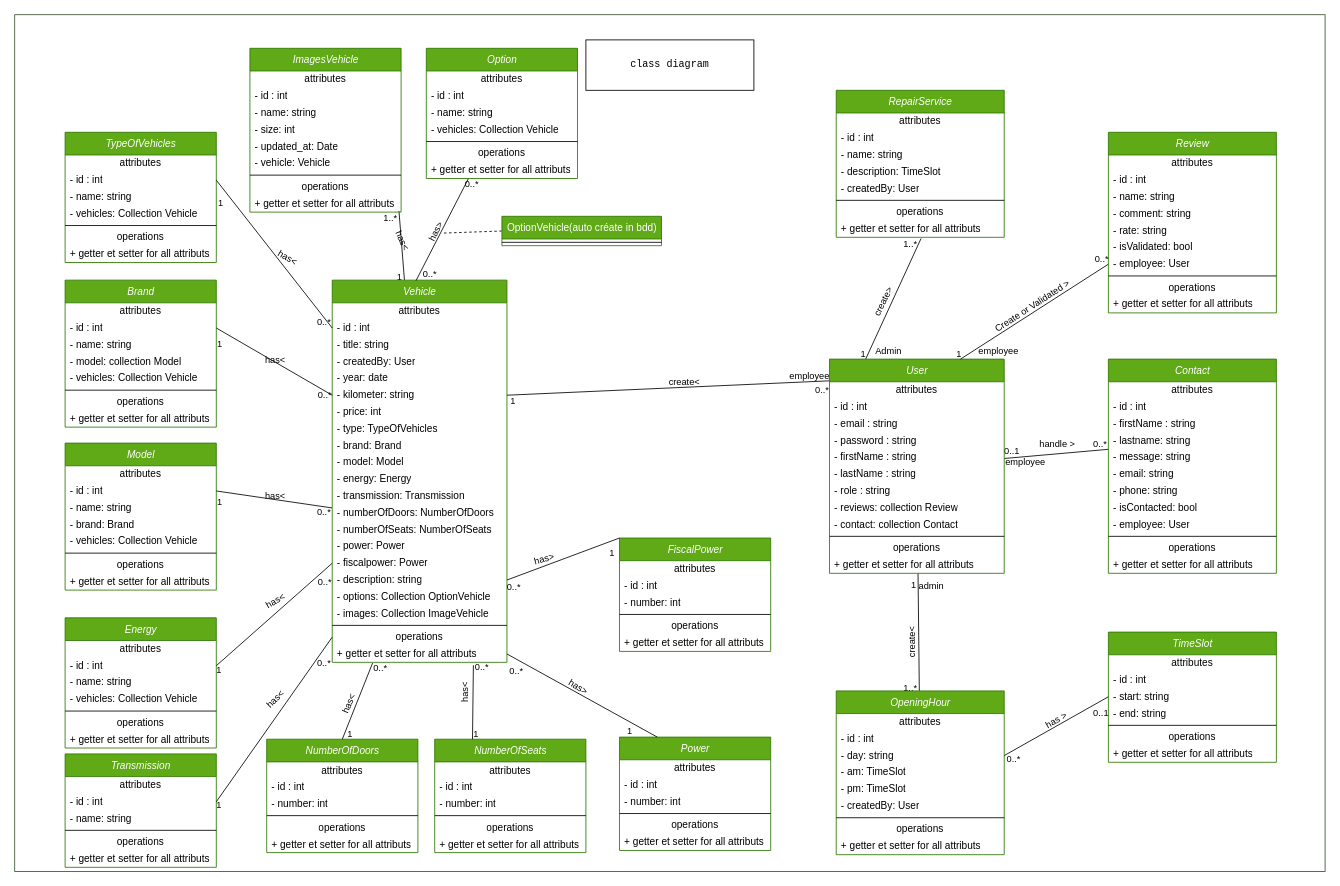
SandrineOrieux/Garage-V-Parrot keeps this draw.io diagram as documentations/DIO/diag-class.dio. Above is the earlier version. Source tidied: cells renumbered, new cells numbered last; positions are measured from the earlier drawing's top-left corner, leaving out a move shared by most shapes. Both pictures are drawn from the tidied source at 84%, with x=0, y=0 at pixel (14, 14).
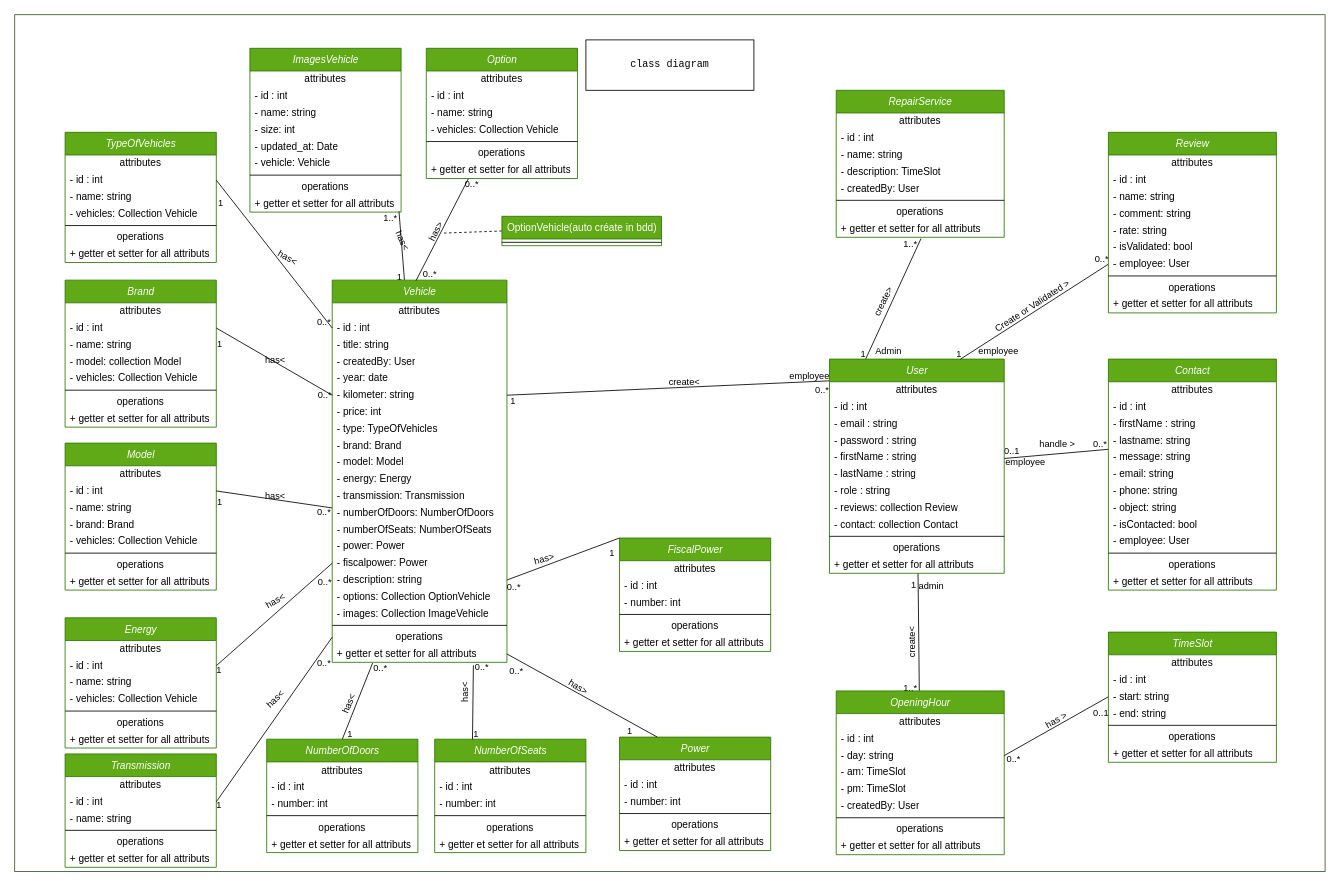
The same diagram, later.

Diff of the diagram source:
```diff
@@
     <mxCell id="57" value="&lt;i&gt;Contact&lt;/i&gt;" style="swimlane;fontStyle=0;align=center;verticalAlign=top;horizontal=1;startSize=27;html=1;fillColor=#60a917;strokeColor=#2D7600;fontColor=#ffffff;" parent="1" vertex="1">
-      <mxGeometry x="1302" y="410" width="200" height="255" as="geometry" />
+      <mxGeometry x="1302" y="410" width="200" height="275" as="geometry" />
     </mxCell>
@@
+    <mxCell id="255" value="- object: string" style="text;html=1;strokeColor=none;fillColor=none;align=left;verticalAlign=middle;spacingLeft=4;spacingRight=4;overflow=hidden;fontColor=#000000;" parent="57" vertex="1">
+      <mxGeometry y="167" width="200" height="20" as="geometry" />
+    </mxCell>
     <mxCell id="65" value="- isContacted: bool" style="text;html=1;strokeColor=none;fillColor=none;align=left;verticalAlign=middle;spacingLeft=4;spacingRight=4;overflow=hidden;fontColor=#000000;" parent="57" vertex="1">
-      <mxGeometry y="167" width="200" height="20" as="geometry" />
+      <mxGeometry y="187" width="200" height="20" as="geometry" />
     </mxCell>
     <mxCell id="66" value="- employee: User" style="text;html=1;strokeColor=none;fillColor=none;align=left;verticalAlign=middle;spacingLeft=4;spacingRight=4;overflow=hidden;fontColor=#000000;" parent="57" vertex="1">
-      <mxGeometry y="187" width="200" height="20" as="geometry" />
+      <mxGeometry y="207" width="200" height="20" as="geometry" />
     </mxCell>
     <mxCell id="67" style="line;strokeWidth=1;fillColor=none;align=left;verticalAlign=middle;spacingTop=-1;spacingLeft=3;spacingRight=3;labelPosition=right;fontColor=#000000;" parent="57" vertex="1">
-      <mxGeometry y="207" width="200" height="8" as="geometry" />
+      <mxGeometry y="227" width="200" height="8" as="geometry" />
     </mxCell>
     <mxCell id="68" value="operations" style="text;html=1;strokeColor=none;fillColor=none;align=center;verticalAlign=middle;spacingLeft=4;spacingRight=4;overflow=hidden;fontColor=#000000;" parent="57" vertex="1">
-      <mxGeometry y="215" width="200" height="20" as="geometry" />
+      <mxGeometry y="235" width="200" height="20" as="geometry" />
     </mxCell>
     <mxCell id="69" value="+ getter et setter for all attributs" style="text;html=1;strokeColor=none;fillColor=none;align=left;verticalAlign=middle;spacingLeft=4;spacingRight=4;overflow=hidden;fontColor=#000000;" parent="57" vertex="1">
-      <mxGeometry y="235" width="200" height="20" as="geometry" />
+      <mxGeometry y="255" width="200" height="20" as="geometry" />
     </mxCell>
```
